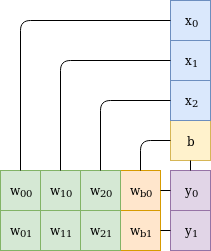
This is assets/images/fully_conn_forward.png from m-a-h-e/m-a-h-e.github.io, a draw.io export, as it was before one commit. Source tidied: cells renumbered, new cells last; positions are measured from the earlier drawing's top-left corner, leaving out a move shared by most shapes.
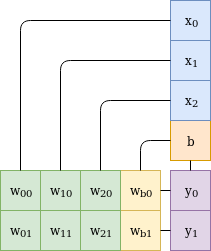
The same file after the commit.

Diff of the diagram source:
```diff
@@ -8,8 +8,8 @@
     <mxCell id="3" value="x&lt;sub&gt;1&lt;/sub&gt;" style="rounded=0;whiteSpace=wrap;html=1;fillColor=#dae8fc;strokeColor=#6c8ebf;" parent="1" vertex="1">
       <mxGeometry x="170" y="40" width="40" height="40" as="geometry" />
     </mxCell>
-    <mxCell id="4" value="b" style="rounded=0;whiteSpace=wrap;html=1;fillColor=#fff2cc;strokeColor=#d6b656;" parent="1" vertex="1">
-      <mxGeometry x="170" y="120" width="40" height="40" as="geometry" />
+    <mxCell id="4" value="b" style="rounded=0;whiteSpace=wrap;html=1;fillColor=#ffe6cc;strokeColor=#d79b00;" parent="1" vertex="1">
+      <mxGeometry x="178" y="128" width="40" height="40" as="geometry" />
     </mxCell>
     <mxCell id="5" value="w&lt;sub&gt;00&lt;/sub&gt;" style="whiteSpace=wrap;html=1;fillColor=#d5e8d4;strokeColor=#82b366;" parent="1" vertex="1">
       <mxGeometry y="170" width="40" height="40" as="geometry" />
@@ -17,8 +17,8 @@
     <mxCell id="6" value="w&lt;sub&gt;10&lt;/sub&gt;" style="whiteSpace=wrap;html=1;fillColor=#d5e8d4;strokeColor=#82b366;" parent="1" vertex="1">
       <mxGeometry x="40" y="170" width="40" height="40" as="geometry" />
     </mxCell>
-    <mxCell id="7" value="w&lt;sub&gt;b0&lt;/sub&gt;" style="whiteSpace=wrap;html=1;fillColor=#ffe6cc;strokeColor=#d79b00;" parent="1" vertex="1">
-      <mxGeometry x="120" y="170" width="40" height="40" as="geometry" />
+    <mxCell id="7" value="w&lt;sub&gt;b0&lt;/sub&gt;" style="whiteSpace=wrap;html=1;fillColor=#fff2cc;strokeColor=#d6b656;" parent="1" vertex="1">
+      <mxGeometry x="128" y="178" width="40" height="40" as="geometry" />
     </mxCell>
     <mxCell id="8" value="w&lt;sub&gt;01&lt;/sub&gt;" style="whiteSpace=wrap;html=1;fillColor=#d5e8d4;strokeColor=#82b366;" parent="1" vertex="1">
       <mxGeometry y="210" width="40" height="40" as="geometry" />
@@ -26,8 +26,8 @@
     <mxCell id="9" value="w&lt;sub&gt;11&lt;/sub&gt;" style="whiteSpace=wrap;html=1;fillColor=#d5e8d4;strokeColor=#82b366;" parent="1" vertex="1">
       <mxGeometry x="40" y="210" width="40" height="40" as="geometry" />
     </mxCell>
-    <mxCell id="10" value="w&lt;sub&gt;b1&lt;/sub&gt;" style="whiteSpace=wrap;html=1;fillColor=#ffe6cc;strokeColor=#d79b00;" parent="1" vertex="1">
-      <mxGeometry x="120" y="210" width="40" height="40" as="geometry" />
+    <mxCell id="10" value="w&lt;sub&gt;b1&lt;/sub&gt;" style="whiteSpace=wrap;html=1;fillColor=#fff2cc;strokeColor=#d6b656;" parent="1" vertex="1">
+      <mxGeometry x="128" y="218" width="40" height="40" as="geometry" />
     </mxCell>
     <mxCell id="11" value="y&lt;sub&gt;0&lt;/sub&gt;" style="rounded=0;whiteSpace=wrap;html=1;fillColor=#e1d5e7;strokeColor=#9673a6;" parent="1" vertex="1">
       <mxGeometry x="170" y="170" width="40" height="40" as="geometry" />
@@ -52,7 +52,7 @@
     <mxCell id="15" style="endArrow=none;html=1;exitX=0.5;exitY=0;exitDx=0;exitDy=0;entryX=0;entryY=0.5;entryDx=0;entryDy=0;" parent="1" edge="1" source="7" target="4">
       <mxGeometry relative="1" as="geometry">
         <Array as="points">
-          <mxPoint x="140" y="140" />
+          <mxPoint x="148" y="148" />
         </Array>
       </mxGeometry>
     </mxCell>
@@ -77,7 +77,7 @@
     <mxCell id="22" style="endArrow=none;html=1;entryX=0;entryY=0.5;entryDx=0;entryDy=0;exitX=0.5;exitY=0;exitDx=0;exitDy=0;" parent="1" edge="1" source="19" target="21">
       <mxGeometry relative="1" as="geometry">
         <Array as="points">
-          <mxPoint x="100" y="100" />
+          <mxPoint x="108" y="108" />
         </Array>
       </mxGeometry>
     </mxCell>
```
